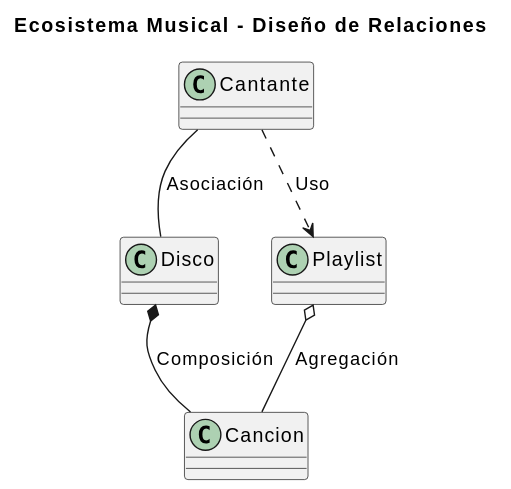
Earlier version of the PlantUML export entregas/reto-001/Diagrama musical.svg (jerdier/25-26-IDSW2).
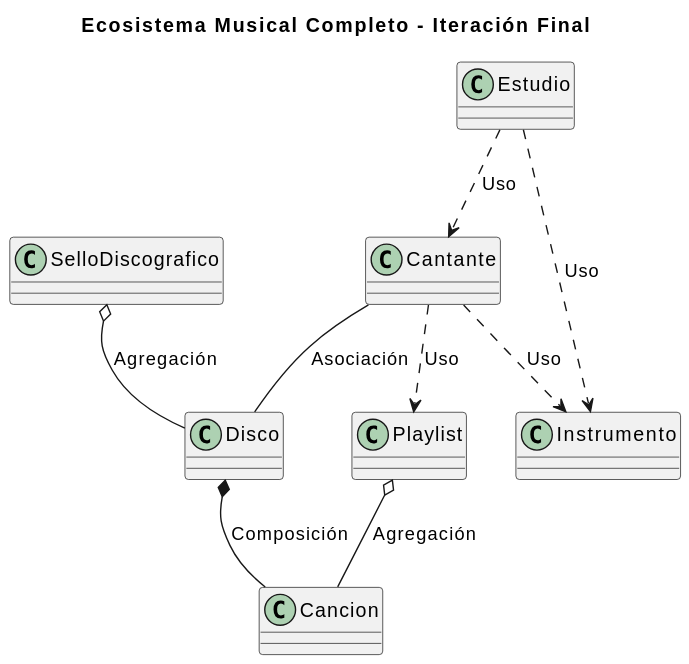
Later version of the same file.

Commit message:
Segunda Iteración Escenario musical

The edit, as a diff of the source:
```diff
@@ -1,8 +1,8 @@
 @startuml
-title Ecosistema Musical - Diseño de Relaciones
+title Ecosistema Musical Completo - Iteración Final
 
 class Cantante {
-}
+                    }
 
 class Disco {
 }
@@ -13,8 +13,21 @@
 class Playlist {
 }
 
+class Instrumento {
+}
+
+class SelloDiscografico {
+}
+
+class Estudio {
+}
+
 Cantante -- Disco : Asociación
 Disco *-- Cancion : Composición
 Playlist o-- Cancion : Agregación
 Cantante ..> Playlist : Uso
+Cantante ..> Instrumento : Uso
+SelloDiscografico o-- Disco : Agregación
+Estudio ..> Cantante : Uso
+Estudio ..> Instrumento : Uso
 @enduml
```
